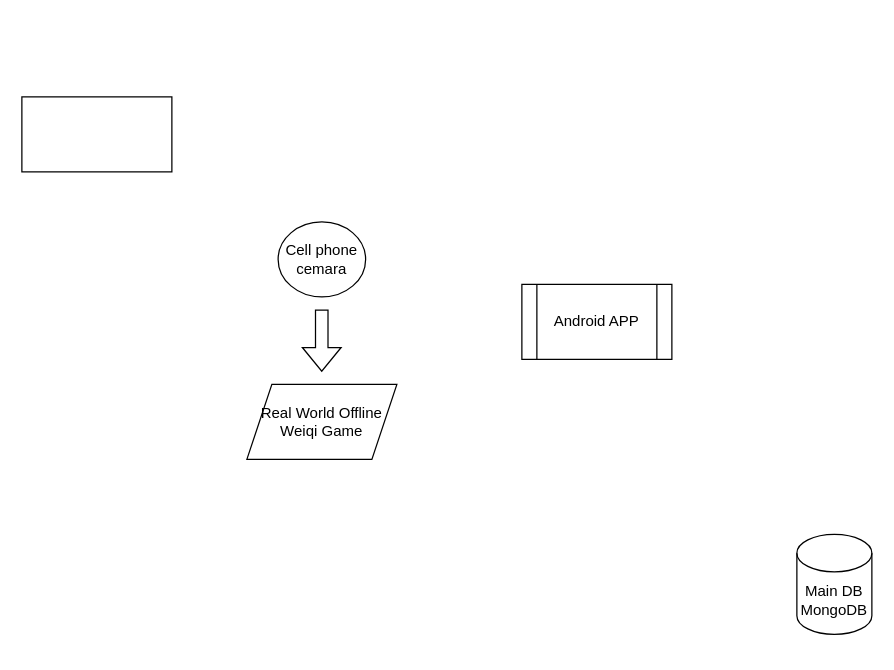
This is Diag/WeiqiZhibo.drawio from zgbl/gittest1, a draw.io file, before an edit. Source tidied: cells renumbered, new cells numbered last; positions are measured from the earlier drawing's top-left corner, leaving out a move shared by most shapes. Both pictures are drawn from the tidied source at 125%, with x=0, y=0 at pixel (21, 96).
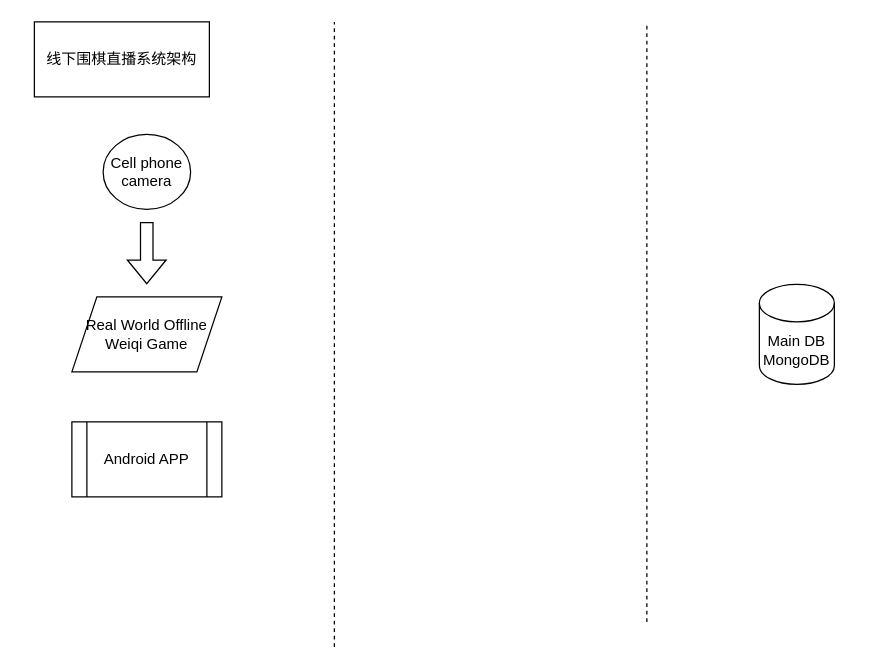
The same page after the edit.

What changed in the source:
```diff
@@
 <mxGraphModel>
   <root>
     <mxCell id="0" />
     <mxCell id="1" parent="0" />
-    <mxCell id="2" style="rounded=0;whiteSpace=wrap;html=1;" parent="1" vertex="1">
-      <mxGeometry width="120" height="60" as="geometry" />
+    <mxCell id="2" value="线下围棋直播系统架构" style="rounded=0;whiteSpace=wrap;html=1;" parent="1" vertex="1">
+      <mxGeometry x="10" y="-60" width="140" height="60" as="geometry" />
     </mxCell>
     <mxCell id="3" value="Main DB&lt;br&gt;&lt;div&gt;MongoDB&lt;/div&gt;" style="shape=cylinder3;whiteSpace=wrap;html=1;boundedLbl=1;backgroundOutline=1;size=15;" parent="1" vertex="1">
-      <mxGeometry x="620" y="350" width="60" height="80" as="geometry" />
+      <mxGeometry x="590" y="150" width="60" height="80" as="geometry" />
     </mxCell>
     <mxCell id="4" value="Android APP" style="shape=process;whiteSpace=wrap;html=1;backgroundOutline=1;" parent="1" vertex="1">
-      <mxGeometry x="400" y="150" width="120" height="60" as="geometry" />
+      <mxGeometry x="40" y="260" width="120" height="60" as="geometry" />
     </mxCell>
     <mxCell id="5" value="Real World Offline Weiqi Game" style="shape=parallelogram;perimeter=parallelogramPerimeter;whiteSpace=wrap;html=1;fixedSize=1;" parent="1" vertex="1">
-      <mxGeometry x="180" y="230" width="120" height="60" as="geometry" />
+      <mxGeometry x="40" y="160" width="120" height="60" as="geometry" />
     </mxCell>
-    <mxCell id="6" value="Cell phone cemara" style="ellipse;whiteSpace=wrap;html=1;" parent="1" vertex="1">
-      <mxGeometry x="205" y="100" width="70" height="60" as="geometry" />
+    <mxCell id="6" value="Cell phone camera" style="ellipse;whiteSpace=wrap;html=1;" parent="1" vertex="1">
+      <mxGeometry x="65" y="30" width="70" height="60" as="geometry" />
     </mxCell>
     <mxCell id="7" style="shape=flexArrow;endArrow=classic;html=1;rounded=0;" parent="1" edge="1">
       <mxGeometry relative="1" as="geometry">
-        <mxPoint x="239.9" y="170" as="sourcePoint" />
-        <mxPoint x="239.9" y="220" as="targetPoint" />
+        <mxPoint x="99.9" y="100" as="sourcePoint" />
+        <mxPoint x="99.9" y="150" as="targetPoint" />
       </mxGeometry>
     </mxCell>
+    <mxCell id="8" style="endArrow=none;dashed=1;html=1;rounded=0;" parent="1" edge="1">
+      <mxGeometry relative="1" as="geometry">
+        <mxPoint x="250" y="440" as="sourcePoint" />
+        <mxPoint x="250" y="-60" as="targetPoint" />
+      </mxGeometry>
+    </mxCell>
+    <mxCell id="9" style="endArrow=none;dashed=1;html=1;rounded=0;" parent="1" edge="1">
+      <mxGeometry relative="1" as="geometry">
+        <mxPoint x="500" y="420" as="sourcePoint" />
+        <mxPoint x="500" y="-60" as="targetPoint" />
+      </mxGeometry>
+    </mxCell>
   </root>
 </mxGraphModel>
```
